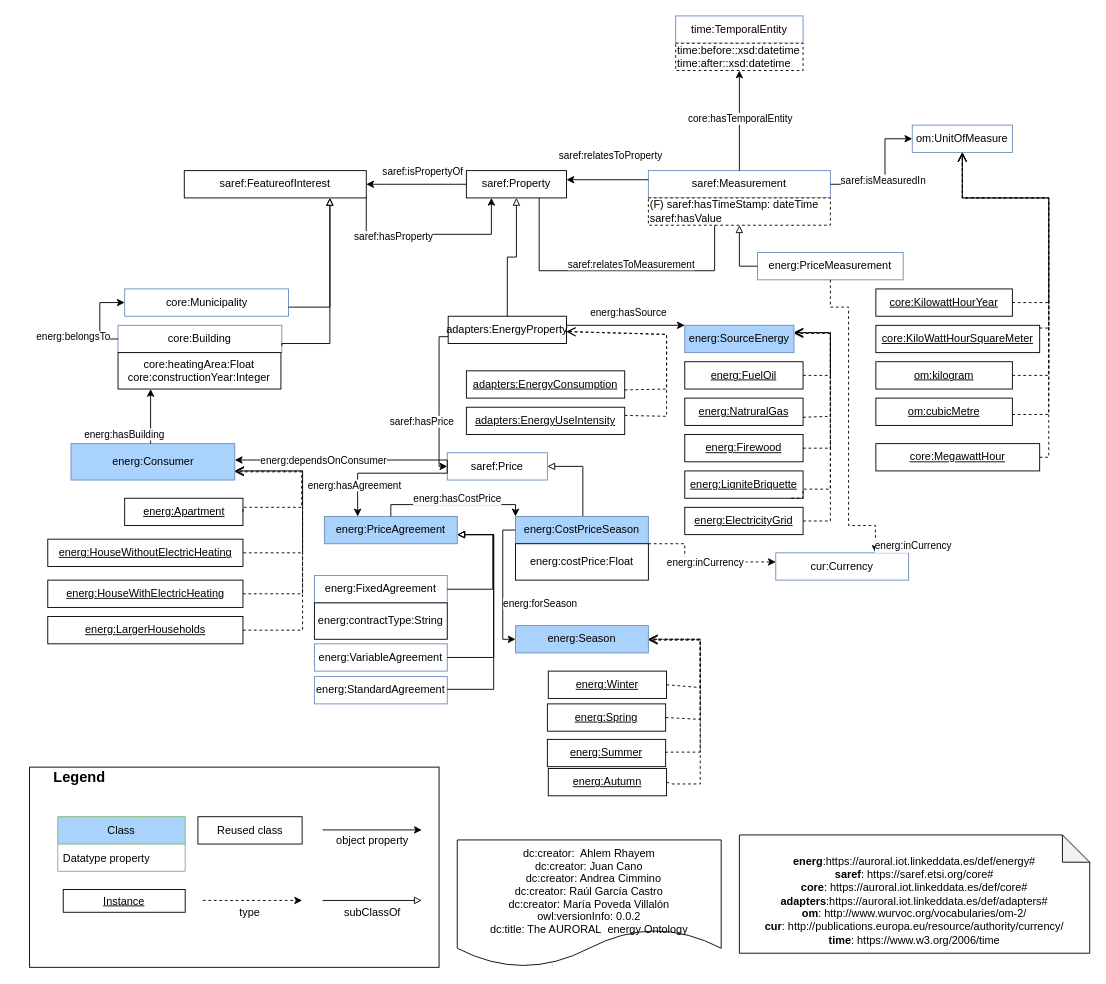
oeg-upm/auroral-energy-ontology keeps this draw.io diagram as diagram/energy.drawio. Above is the earlier version. Source tidied: cells renumbered, new cells numbered last; positions are measured from the earlier drawing's top-left corner, leaving out a move shared by most shapes. Both pictures are drawn from the tidied source at 91%, with x=0, y=0 at pixel (29, 15).
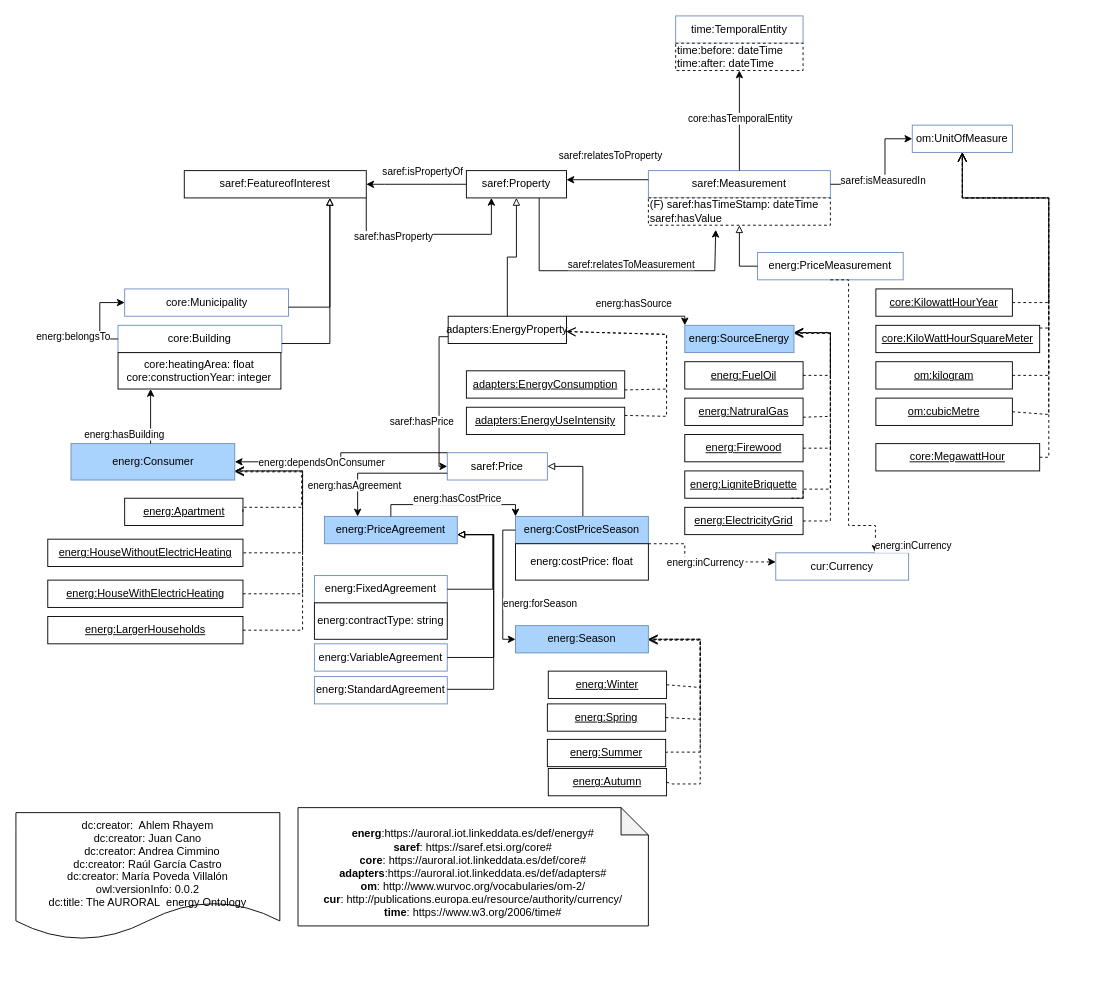
The same diagram, later.

Unchanged cells that the change refers to:
```xml
<mxCell id="2" value="saref:FeatureofInterest" style="rounded=0;whiteSpace=wrap;html=1;fillColor=#FFFFFF;strokeColor=#000000;" parent="1" vertex="1">
  <mxGeometry x="170" y="170" width="200" height="30" as="geometry" />
</mxCell>
<mxCell id="5" value="adapters:EnergyProperty" style="rounded=0;whiteSpace=wrap;html=1;fillColor=#FFFFFF;strokeColor=#000000;" parent="1" vertex="1">
  <mxGeometry x="460" y="330" width="130" height="30" as="geometry" />
</mxCell>
<mxCell id="8" value="core:Building" style="rounded=0;whiteSpace=wrap;html=1;fillColor=#FFFFFF;strokeColor=#6c8ebf;" parent="1" vertex="1">
  <mxGeometry x="97.2" y="340" width="180" height="30" as="geometry" />
</mxCell>
<mxCell id="14" value="saref:Price" style="rounded=0;whiteSpace=wrap;html=1;fillColor=#FFFFFF;strokeColor=#6c8ebf;" parent="1" vertex="1">
  <mxGeometry x="459" y="480" width="110" height="30" as="geometry" />
</mxCell>
<mxCell id="23" value="saref:Property" style="rounded=0;whiteSpace=wrap;html=1;fillColor=#FFFFFF;strokeColor=#000000;" parent="1" vertex="1">
  <mxGeometry x="480" y="170" width="110" height="30" as="geometry" />
</mxCell>
<mxCell id="25" value="energ:SourceEnergy" style="rounded=0;whiteSpace=wrap;html=1;fillColor=#A9D2FC;strokeColor=#6c8ebf;" parent="1" vertex="1">
  <mxGeometry x="720" y="340" width="120" height="30" as="geometry" />
</mxCell>
<mxCell id="30" value="energ:Consumer" style="rounded=0;whiteSpace=wrap;html=1;fillColor=#A9D2FC;strokeColor=#6c8ebf;" parent="1" vertex="1">
  <mxGeometry x="45.5" y="470" width="180" height="40" as="geometry" />
</mxCell>
<mxCell id="33" value="saref:Measurement" style="rounded=0;whiteSpace=wrap;html=1;fillColor=#FFFFFF;strokeColor=#6c8ebf;" parent="1" vertex="1">
  <mxGeometry x="680" y="170" width="200" height="30" as="geometry" />
</mxCell>
<mxCell id="35" value="om:UnitOfMeasure" style="rounded=0;whiteSpace=wrap;html=1;fillColor=#FFFFFF;strokeColor=#6c8ebf;" parent="1" vertex="1">
  <mxGeometry x="970" y="120" width="110" height="30" as="geometry" />
</mxCell>
<mxCell id="45" value="&lt;u&gt;om:cubicMetre&lt;/u&gt;" style="rounded=0;whiteSpace=wrap;html=1;snapToPoint=1;points=[[0.1,0],[0.2,0],[0.3,0],[0.4,0],[0.5,0],[0.6,0],[0.7,0],[0.8,0],[0.9,0],[0,0.1],[0,0.3],[0,0.5],[0,0.7],[0,0.9],[0.1,1],[0.2,1],[0.3,1],[0.4,1],[0.5,1],[0.6,1],[0.7,1],[0.8,1],[0.9,1],[1,0.1],[1,0.3],[1,0.5],[1,0.7],[1,0.9]];" parent="1" vertex="1">
  <mxGeometry x="930" y="420" width="150" height="30" as="geometry" />
</mxCell>
<mxCell id="79" value="energ:CostPriceSeason" style="rounded=0;whiteSpace=wrap;html=1;fillColor=#A9D2FC;strokeColor=#6c8ebf;" parent="1" vertex="1">
  <mxGeometry x="534" y="550" width="146" height="30" as="geometry" />
</mxCell>
<mxCell id="100" value="cur:Currency" style="rounded=0;whiteSpace=wrap;html=1;fillColor=#FFFFFF;strokeColor=#6c8ebf;" parent="1" vertex="1">
  <mxGeometry x="820" y="590" width="146" height="30" as="geometry" />
</mxCell>
<mxCell id="106" value="(F) saref:hasTimeStamp: dateTime&lt;br&gt;saref:hasValue" style="rounded=0;whiteSpace=wrap;html=1;snapToPoint=1;points=[[0.1,0],[0.2,0],[0.3,0],[0.4,0],[0.5,0],[0.6,0],[0.7,0],[0.8,0],[0.9,0],[0,0.1],[0,0.3],[0,0.5],[0,0.7],[0,0.9],[0.1,1],[0.2,1],[0.3,1],[0.4,1],[0.5,1],[0.6,1],[0.7,1],[0.8,1],[0.9,1],[1,0.1],[1,0.3],[1,0.5],[1,0.7],[1,0.9]];dashed=1;align=left;" parent="1" vertex="1">
  <mxGeometry x="680" y="200" width="200" height="30" as="geometry" />
</mxCell>
<mxCell id="111" value="energ:PriceMeasurement" style="rounded=0;whiteSpace=wrap;html=1;fillColor=#FFFFFF;strokeColor=#6c8ebf;" parent="1" vertex="1">
  <mxGeometry x="800" y="260" width="160" height="30" as="geometry" />
</mxCell>
```

The edit, as a diff of the source:
```diff
@@
-    <mxCell id="9" value="core:heatingArea:Float&lt;br&gt;core:constructionYear:Integer" style="rounded=0;whiteSpace=wrap;html=1;snapToPoint=1;points=[[0.1,0],[0.2,0],[0.3,0],[0.4,0],[0.5,0],[0.6,0],[0.7,0],[0.8,0],[0.9,0],[0,0.1],[0,0.3],[0,0.5],[0,0.7],[0,0.9],[0.1,1],[0.2,1],[0.3,1],[0.4,1],[0.5,1],[0.6,1],[0.7,1],[0.8,1],[0.9,1],[1,0.1],[1,0.3],[1,0.5],[1,0.7],[1,0.9]];" parent="1" vertex="1">
+    <mxCell id="9" value="core:heatingArea: float&lt;br&gt;core:constructionYear: integer" style="rounded=0;whiteSpace=wrap;html=1;snapToPoint=1;points=[[0.1,0],[0.2,0],[0.3,0],[0.4,0],[0.5,0],[0.6,0],[0.7,0],[0.8,0],[0.9,0],[0,0.1],[0,0.3],[0,0.5],[0,0.7],[0,0.9],[0.1,1],[0.2,1],[0.3,1],[0.4,1],[0.5,1],[0.6,1],[0.7,1],[0.8,1],[0.9,1],[1,0.1],[1,0.3],[1,0.5],[1,0.7],[1,0.9]];" parent="1" vertex="1">
       <mxGeometry x="97.2" y="370" width="179" height="40" as="geometry" />
     </mxCell>
-    <mxCell id="10" style="edgeStyle=orthogonalEdgeStyle;rounded=0;jettySize=auto;html=1;endArrow=block;endFill=0;exitX=1;exitY=0.75;exitDx=0;exitDy=0;" parent="1" edge="1" source="8" target="2">
+    <mxCell id="10" style="edgeStyle=orthogonalEdgeStyle;rounded=0;jettySize=auto;html=1;endArrow=block;endFill=0;" parent="1" edge="1" source="8" target="2">
       <mxGeometry relative="1" as="geometry">
         <Array as="points">
-          <mxPoint x="277" y="360" />
           <mxPoint x="330" y="360" />
         </Array>
       </mxGeometry>
     </mxCell>
@@
-    <mxCell id="21" style="edgeStyle=orthogonalEdgeStyle;rounded=0;jettySize=auto;html=1;endArrow=block;endFill=0;entryX=1;entryY=0.5;entryDx=0;entryDy=0;" parent="1" edge="1" target="14">
+    <mxCell id="21" style="edgeStyle=orthogonalEdgeStyle;rounded=0;jettySize=auto;html=1;endArrow=block;endFill=0;entryX=1;entryY=0.5;entryDx=0;entryDy=0;" parent="1" edge="1" source="79" target="14">
       <mxGeometry relative="1" as="geometry">
-        <mxPoint x="608" y="550" as="sourcePoint" />
         <Array as="points">
           <mxPoint x="608" y="495" />
         </Array>
       </mxGeometry>
     </mxCell>
-    <mxCell id="22" style="edgeStyle=orthogonalEdgeStyle;rounded=0;jettySize=auto;html=1;entryX=0.364;entryY=0.967;entryDx=0;entryDy=0;entryPerimeter=0;startArrow=none;" parent="1" edge="1" source="23" target="33">
+    <mxCell id="22" style="edgeStyle=orthogonalEdgeStyle;rounded=0;jettySize=auto;html=1;startArrow=none;entryX=0.37;entryY=1.167;entryDx=0;entryDy=0;entryPerimeter=0;" parent="1" edge="1" source="23" target="106">
       <mxGeometry relative="1" as="geometry">
         <Array as="points">
           <mxPoint x="560" y="280" />
           <mxPoint x="753" y="280" />
         </Array>
       </mxGeometry>
     </mxCell>
@@
-    <mxCell id="31" style="edgeStyle=orthogonalEdgeStyle;rounded=0;jettySize=auto;html=1;exitX=0;exitY=0.75;exitDx=0;exitDy=0;endArrow=classic;endFill=1;" parent="1" edge="1" source="14" target="30">
+    <mxCell id="31" style="edgeStyle=orthogonalEdgeStyle;rounded=0;jettySize=auto;html=1;endArrow=classic;endFill=1;" parent="1" edge="1" source="14" target="30">
       <mxGeometry relative="1" as="geometry">
         <Array as="points">
-          <mxPoint x="459" y="488" />
+          <mxPoint x="342" y="480" />
+          <mxPoint x="342" y="490" />
         </Array>
       </mxGeometry>
     </mxCell>
@@
-    <mxCell id="39" style="edgeStyle=orthogonalEdgeStyle;rounded=0;jettySize=auto;html=1;endArrow=classic;endFill=1;exitX=1;exitY=0.25;exitDx=0;exitDy=0;entryX=0;entryY=0;entryDx=0;entryDy=0;" parent="1" edge="1" source="5" target="25">
+    <mxCell id="39" style="edgeStyle=orthogonalEdgeStyle;rounded=0;jettySize=auto;html=1;endArrow=classic;endFill=1;entryX=0;entryY=0;entryDx=0;entryDy=0;" parent="1" edge="1" source="5" target="25">
       <mxGeometry relative="1" as="geometry">
         <Array as="points">
-          <mxPoint x="590" y="340" />
+          <mxPoint x="720" y="330" />
         </Array>
       </mxGeometry>
     </mxCell>
@@
-    <mxCell id="41" value="&lt;div&gt;&amp;nbsp;&lt;/div&gt;&lt;b&gt;energ&lt;/b&gt;:https://auroral.iot.linkeddata.es/def/energy#&lt;br&gt;&lt;b&gt;saref&lt;/b&gt;:&amp;nbsp;https://saref.etsi.org/core#&lt;br&gt;&lt;b&gt;core&lt;/b&gt;:&amp;nbsp;https://auroral.iot.linkeddata.es/def/core#&lt;br&gt;&lt;b&gt;adapters&lt;/b&gt;:https://auroral.iot.linkeddata.es/def/adapters#&lt;br&gt;&lt;b&gt;om&lt;/b&gt;: http://www.wurvoc.org/vocabularies/om-2/&lt;br&gt;&lt;b&gt;cur&lt;/b&gt;: http://publications.europa.eu/resource/authority/currency/&lt;br&gt;&lt;b&gt;time&lt;/b&gt;: https://www.w3.org/2006/time" style="shape=note;whiteSpace=wrap;html=1;backgroundOutline=1;darkOpacity=0.05;" parent="1" vertex="1">
-      <mxGeometry x="780" y="900" width="385" height="130" as="geometry" />
+    <mxCell id="41" value="&lt;div&gt;&amp;nbsp;&lt;/div&gt;&lt;b&gt;energ&lt;/b&gt;:https://auroral.iot.linkeddata.es/def/energy#&lt;br&gt;&lt;b&gt;saref&lt;/b&gt;:&amp;nbsp;https://saref.etsi.org/core#&lt;br&gt;&lt;b&gt;core&lt;/b&gt;:&amp;nbsp;https://auroral.iot.linkeddata.es/def/core#&lt;br&gt;&lt;b&gt;adapters&lt;/b&gt;:https://auroral.iot.linkeddata.es/def/adapters#&lt;br&gt;&lt;b&gt;om&lt;/b&gt;: http://www.wurvoc.org/vocabularies/om-2/&lt;br&gt;&lt;b&gt;cur&lt;/b&gt;: http://publications.europa.eu/resource/authority/currency/&lt;br&gt;&lt;b&gt;time&lt;/b&gt;: https://www.w3.org/2006/time#" style="shape=note;whiteSpace=wrap;html=1;backgroundOutline=1;darkOpacity=0.05;" parent="1" vertex="1">
+      <mxGeometry x="295" y="870" width="385" height="130" as="geometry" />
     </mxCell>
@@
-    <mxCell id="50" value="&#10;dc:creator:  Ahlem Rhayem&#10;dc:creator: Juan Cano&#10;   dc:creator: Andrea Cimmino&#10;dc:creator: Raúl García Castro&#10;dc:creator: María Poveda Villalón&#10;owl:versionInfo: 0.0.2&#10;dc:title: The AURORAL  energy Ontology" style="shape=document;boundedLbl=1;" parent="1" vertex="1">
-      <mxGeometry x="470" y="905.5" width="290" height="140" as="geometry" />
+    <mxCell id="50" value="&#10;dc:creator:  Ahlem Rhayem&#10;dc:creator: Juan Cano&#10;   dc:creator: Andrea Cimmino&#10;dc:creator: Raúl García Castro&#10;dc:creator: María Poveda Villalón&#10;owl:versionInfo: 0.0.2&#10;dc:title: The AURORAL  energy Ontology" style="shape=document;boundedLbl=1;fontStyle=0;" parent="1" vertex="1">
+      <mxGeometry x="-15" y="875.5" width="290" height="140" as="geometry" />
     </mxCell>
@@
-    <mxCell id="62" style="endArrow=open;html=1;fontColor=#000099;endFill=0;dashed=1;endSize=8;edgeStyle=orthogonalEdgeStyle;arcSize=0;" parent="1" edge="1" target="35">
+    <mxCell id="62" style="endArrow=open;html=1;fontColor=#000099;endFill=0;dashed=1;endSize=8;edgeStyle=orthogonalEdgeStyle;arcSize=0;" parent="1" edge="1" source="45" target="35">
       <mxGeometry relative="1" as="geometry">
-        <mxPoint x="1080" y="438" as="sourcePoint" />
         <Array as="points">
           <mxPoint x="1120" y="438" />
           <mxPoint x="1120" y="200" />
+          <mxPoint x="1025" y="200" />
         </Array>
       </mxGeometry>
     </mxCell>
@@
-    <mxCell id="67" style="rounded=0;whiteSpace=wrap;html=1;" parent="1" vertex="1">
-      <mxGeometry y="825.5" width="450" height="220" as="geometry" />
-    </mxCell>
-    <mxCell id="68" value="Legend" style="text;strokeColor=none;fillColor=none;align=center;verticalAlign=middle;rounded=0;fontStyle=1;fontSize=16;" parent="1" vertex="1">
-      <mxGeometry x="25" y="820" width="60" height="30" as="geometry" />
-    </mxCell>
-    <mxCell id="69" value="Class" style="swimlane;fontStyle=0;horizontal=1;startSize=30;fillColor=#A9D2FC;strokeColor=#82b366;" parent="1" vertex="1">
-      <mxGeometry x="31" y="880" width="140" height="60" as="geometry" />
-    </mxCell>
-    <mxCell id="70" value="Datatype property" style="text;strokeColor=none;fillColor=none;align=left;verticalAlign=middle;spacingLeft=4;spacingRight=4;overflow=hidden;" parent="69" vertex="1">
-      <mxGeometry y="30" width="140" height="30" as="geometry" />
-    </mxCell>
-    <mxCell id="71" value="&lt;u&gt;Instance&lt;/u&gt;" style="rounded=0;whiteSpace=wrap;html=1;" parent="1" vertex="1">
-      <mxGeometry x="37" y="960" width="134" height="25" as="geometry" />
-    </mxCell>
-    <mxCell id="72" value="Reused class" style="rounded=0;whiteSpace=wrap;html=1;" parent="1" vertex="1">
-      <mxGeometry x="185" y="880" width="114.5" height="30" as="geometry" />
-    </mxCell>
-    <mxCell id="73" style="edgeStyle=orthogonalEdgeStyle;rounded=0;orthogonalLoop=1;jettySize=auto;html=1;endArrow=classic;endFill=1;dashed=1;" parent="1" edge="1">
-      <mxGeometry relative="1" as="geometry">
-        <mxPoint x="190.5" y="972" as="sourcePoint" />
-        <mxPoint x="299.5" y="972" as="targetPoint" />
-        <Array as="points">
-          <mxPoint x="190.5" y="972" />
-        </Array>
-      </mxGeometry>
-    </mxCell>
-    <mxCell id="74" style="edgeStyle=orthogonalEdgeStyle;rounded=0;orthogonalLoop=1;jettySize=auto;html=1;endArrow=classic;endFill=1;" parent="1" edge="1">
-      <mxGeometry relative="1" as="geometry">
-        <mxPoint x="322" y="894.5" as="sourcePoint" />
-        <mxPoint x="431" y="894.5" as="targetPoint" />
-        <Array as="points">
-          <mxPoint x="322" y="894.5" />
-        </Array>
-      </mxGeometry>
-    </mxCell>
-    <mxCell id="75" style="edgeStyle=orthogonalEdgeStyle;rounded=0;orthogonalLoop=1;jettySize=auto;html=1;endArrow=block;endFill=0;" parent="1" edge="1">
-      <mxGeometry relative="1" as="geometry">
-        <mxPoint x="322" y="972" as="sourcePoint" />
-        <mxPoint x="431" y="972" as="targetPoint" />
-        <Array as="points">
-          <mxPoint x="322" y="972" />
-        </Array>
-      </mxGeometry>
-    </mxCell>
-    <mxCell id="76" value="type" style="text;strokeColor=none;fillColor=none;align=center;verticalAlign=middle;rounded=0;" parent="1" vertex="1">
-      <mxGeometry x="212.2" y="970" width="60" height="30" as="geometry" />
-    </mxCell>
-    <mxCell id="77" value="object property" style="text;strokeColor=none;fillColor=none;align=center;verticalAlign=middle;rounded=0;" parent="1" vertex="1">
-      <mxGeometry x="322" y="890" width="110" height="30" as="geometry" />
-    </mxCell>
-    <mxCell id="78" value="subClassOf" style="text;strokeColor=none;fillColor=none;align=center;verticalAlign=middle;rounded=0;" parent="1" vertex="1">
-      <mxGeometry x="322" y="970" width="110" height="30" as="geometry" />
-    </mxCell>
@@
-    <mxCell id="80" value="energ:costPrice:Float" style="rounded=0;whiteSpace=wrap;html=1;" parent="1" vertex="1">
+    <mxCell id="80" value="energ:costPrice: float" style="rounded=0;whiteSpace=wrap;html=1;" parent="1" vertex="1">
       <mxGeometry x="534" y="580" width="146" height="40" as="geometry" />
     </mxCell>
@@
-    <mxCell id="99" value="energ:contractType:String" style="rounded=0;whiteSpace=wrap;html=1;" parent="1" vertex="1">
+    <mxCell id="99" value="energ:contractType: string" style="rounded=0;whiteSpace=wrap;html=1;" parent="1" vertex="1">
       <mxGeometry x="313" y="645" width="146" height="40" as="geometry" />
     </mxCell>
@@
     <mxCell id="113" value="energ:inCurrency" style="edgeStyle=orthogonalEdgeStyle;rounded=0;jettySize=auto;endArrow=classic;endFill=1;dashed=1;exitX=0.5;exitY=1;exitDx=0;exitDy=0;entryX=0.75;entryY=0;entryDx=0;entryDy=0;" parent="1" edge="1" source="111" target="100">
       <mxGeometry x="0.83" y="21" relative="1" as="geometry">
         <Array as="points">
-          <mxPoint x="880" y="320" />
-          <mxPoint x="900" y="320" />
+          <mxPoint x="900" y="290" />
           <mxPoint x="900" y="560" />
           <mxPoint x="930" y="560" />
         </Array>
         <mxPoint x="21" y="21" as="offset" />
       </mxGeometry>
     </mxCell>
@@
-    <mxCell id="117" value="time:before::xsd:datetime&lt;br&gt;time:after::xsd:datetime" style="rounded=0;whiteSpace=wrap;html=1;snapToPoint=1;points=[[0.1,0],[0.2,0],[0.3,0],[0.4,0],[0.5,0],[0.6,0],[0.7,0],[0.8,0],[0.9,0],[0,0.1],[0,0.3],[0,0.5],[0,0.7],[0,0.9],[0.1,1],[0.2,1],[0.3,1],[0.4,1],[0.5,1],[0.6,1],[0.7,1],[0.8,1],[0.9,1],[1,0.1],[1,0.3],[1,0.5],[1,0.7],[1,0.9]];dashed=1;align=left;" parent="1" vertex="1">
+    <mxCell id="117" value="time:before: dateTime&lt;br&gt;time:after: dateTime" style="rounded=0;whiteSpace=wrap;html=1;snapToPoint=1;points=[[0.1,0],[0.2,0],[0.3,0],[0.4,0],[0.5,0],[0.6,0],[0.7,0],[0.8,0],[0.9,0],[0,0.1],[0,0.3],[0,0.5],[0,0.7],[0,0.9],[0.1,1],[0.2,1],[0.3,1],[0.4,1],[0.5,1],[0.6,1],[0.7,1],[0.8,1],[0.9,1],[1,0.1],[1,0.3],[1,0.5],[1,0.7],[1,0.9]];dashed=1;align=left;" parent="1" vertex="1">
       <mxGeometry x="710" y="30" width="140" height="30" as="geometry" />
     </mxCell>
```
